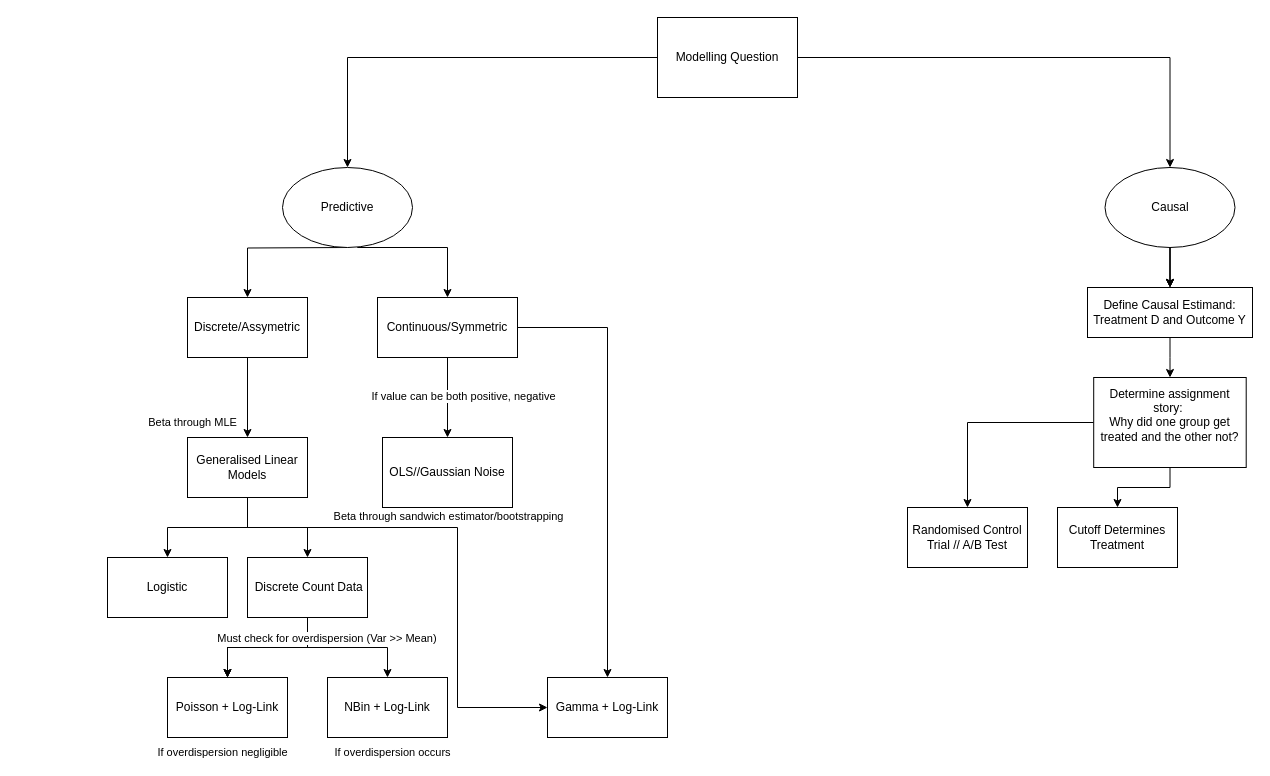
henry-a-m-webster/Point72CaseStudy_OTIS keeps this draw.io diagram as Model Selection.drawio. Above is the earlier version. Source tidied: cells renumbered, new cells numbered last; positions are measured from the earlier drawing's top-left corner, leaving out a move shared by most shapes. Both pictures are drawn from the tidied source at 100%, with x=0, y=0 at pixel (107, 17).
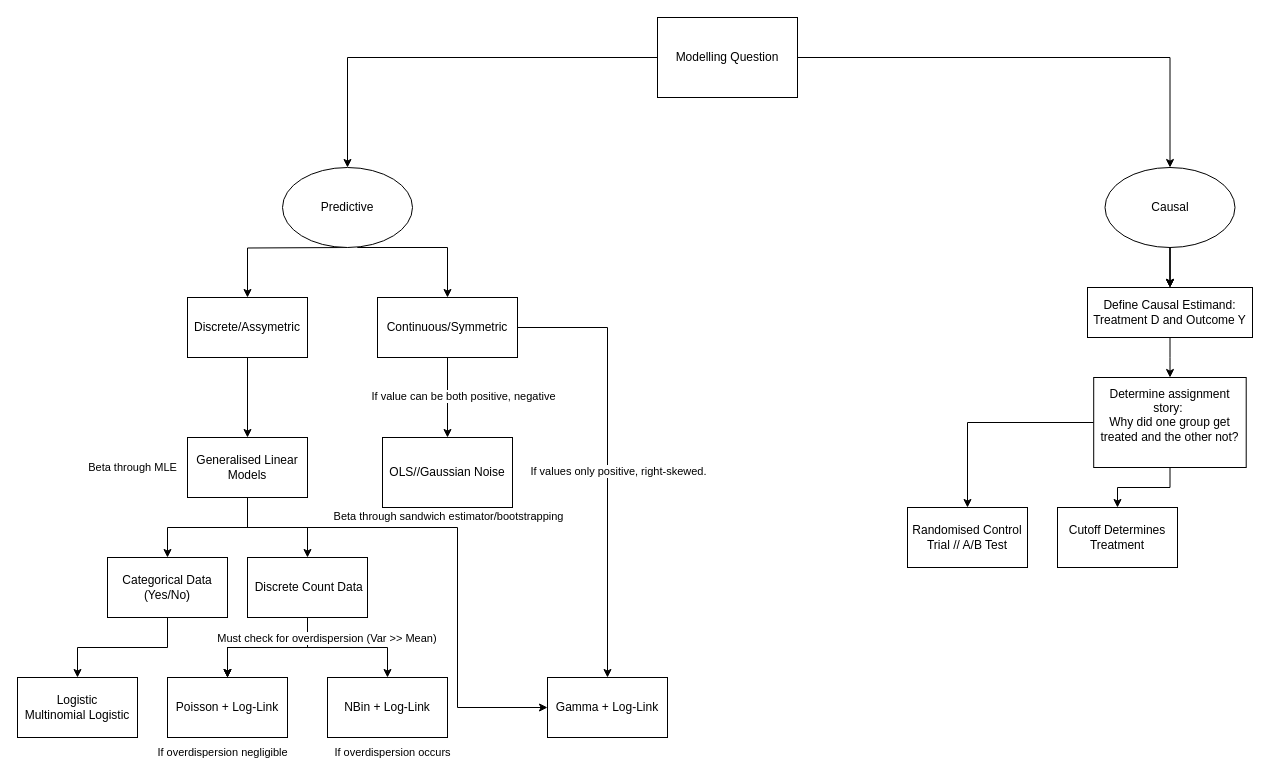
Above is the later version.

What changed in the source:
```diff
@@
+    <mxCell id="44" style="edgeStyle=orthogonalEdgeStyle;rounded=0;jettySize=auto;html=1;" parent="1" edge="1" source="22" target="46">
+      <mxGeometry relative="1" as="geometry" />
+    </mxCell>
-    <mxCell id="22" value="Logistic" style="whiteSpace=wrap;html=1;rounded=0;" parent="1" vertex="1">
+    <mxCell id="22" value="Categorical Data (Yes/No)" style="whiteSpace=wrap;html=1;rounded=0;" parent="1" vertex="1">
       <mxGeometry y="540" width="120" height="60" as="geometry" />
     </mxCell>
@@
     <mxCell id="33" value="Beta through MLE" style="edgeLabel;html=1;align=center;verticalAlign=middle;" parent="1" vertex="1">
-      <mxGeometry x="80" y="410" as="geometry">
+      <mxGeometry x="20" y="455" as="geometry">
         <mxPoint x="4" y="-6" as="offset" />
       </mxGeometry>
     </mxCell>
@@
+    <mxCell id="45" value="If values only positive, right-skewed." style="edgeLabel;html=1;align=center;verticalAlign=middle;" parent="1" vertex="1">
+      <mxGeometry x="460" y="455" as="geometry">
+        <mxPoint x="50" y="-2" as="offset" />
+      </mxGeometry>
+    </mxCell>
+    <mxCell id="46" value="Logistic&lt;div&gt;Multinomial Logistic&lt;/div&gt;" style="whiteSpace=wrap;html=1;rounded=0;" parent="1" vertex="1">
+      <mxGeometry x="-90" y="660" width="120" height="60" as="geometry" />
+    </mxCell>
```
